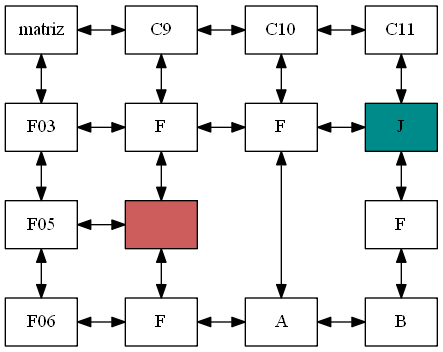
Above: Reportes/Matriz.png in hr9457/EDD_1S2020_PY1_201314296 (Graphviz), before the change. Its source is kept beside it as ArchivosDot/Matriz.dot.
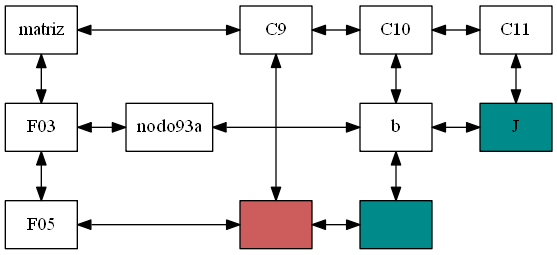
After the change.

Commit message:
revision en la matriz dispersa anidacion de informacion

The edit, as a diff of the source:
```diff
@@ -11,27 +11,20 @@
 
 F03[group = columna];
 F05[group = columna];
-F06[group = columna];
-F03->F05->F06[dir=both];
+F03->F05[dir=both];
 matriz->F03[dir=both];
 
-F03->nodo93F->nodo103F->nodo113J[dir=both];
-{rank = same; F03;nodo93F;nodo103F;nodo113J;}
-F05->nodo950[dir=both];
-{rank = same; F05;nodo950;}
-F06->nodo96F->nodo106A->nodo116B[dir=both];
-{rank = same; F06;nodo96F;nodo106A;nodo116B;}
+F03->nodo93a->nodo103b->nodo113J[dir=both];
+{rank = same; F03;nodo93a;nodo103b;nodo113J;}
+F05->nodo950->nodo1050[dir=both];
+{rank = same; F05;nodo950;nodo1050;}
 
-nodo93F[group =0,label="F"];
 nodo950[group =0,label="",style=filled,fillcolor="Indianred"];
-nodo96F[group =0,label="F"];
-C90->nodo93F->nodo950->nodo96F[dir=both];
-nodo103F[group =1,label="F"];
-nodo106A[group =1,label="A"];
-C100->nodo103F->nodo106A[dir=both];
+C90->nodo950[dir=both];
+nodo103b[group =1,label="b"];
+nodo1050[group =1,label="",style=filled,fillcolor="cyan4"];
+C100->nodo103b->nodo1050[dir=both];
 nodo113J[group =2,label="J",style=filled,fillcolor="cyan4"];
-nodo115F[group =2,label="F"];
-nodo116B[group =2,label="B"];
-C110->nodo113J->nodo115F->nodo116B[dir=both];
+C110->nodo113J[dir=both];
 
 }
```
